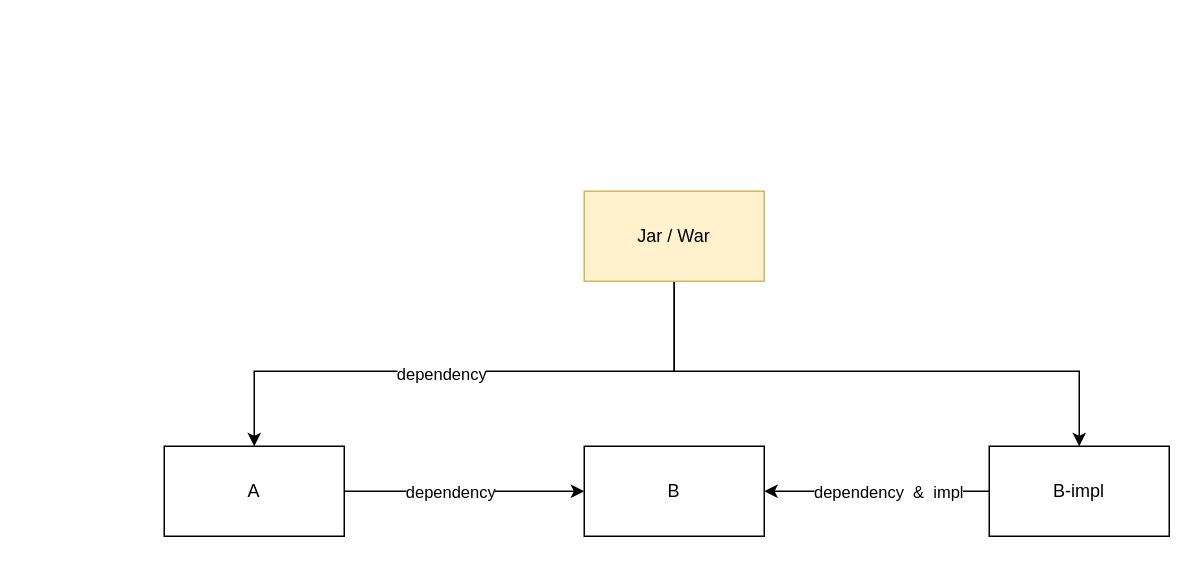
Above: maven工程屏蔽实现的方案.drawio in catface996/images (draw.io), before the change. Source tidied: cells renumbered, new cells numbered last; positions are measured from the earlier drawing's top-left corner, leaving out a move shared by most shapes. Both pictures are drawn from the tidied source at 150%, with x=0, y=0 at pixel (164, 190).
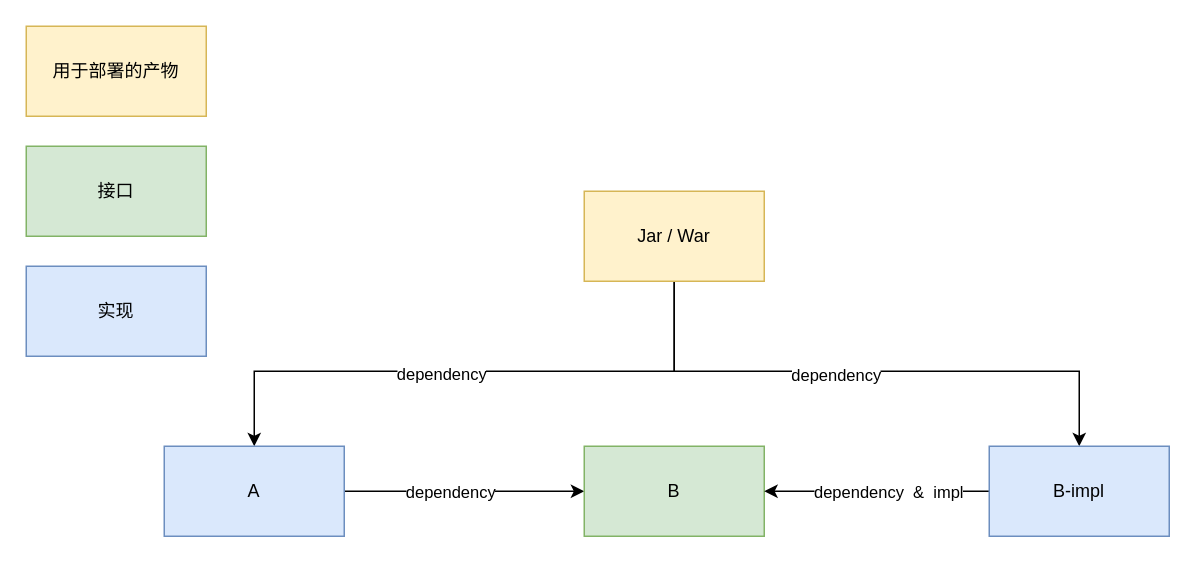
The same page after the edit.

Commit message (it also covers changes not shown here):
更新maven工程屏蔽实现的方案.drawio

Unchanged cells that the change refers to:
```xml
<mxCell id="4" style="edgeStyle=orthogonalEdgeStyle;rounded=0;jettySize=auto;html=1;entryX=0.5;entryY=0;entryDx=0;entryDy=0;" parent="1" edge="1" source="5" target="12">
  <mxGeometry relative="1" as="geometry">
    <Array as="points">
      <mxPoint x="340" y="120" />
      <mxPoint x="610" y="120" />
    </Array>
  </mxGeometry>
</mxCell>
```

Diff of the diagram source:
```diff
@@
+    <mxCell id="13" value="dependency" style="edgeLabel;html=1;align=center;verticalAlign=middle;" parent="4" vertex="1">
+      <mxGeometry x="-0.12" y="-2" relative="1" as="geometry" />
+    </mxCell>
@@
-    <mxCell id="8" value="A" style="rounded=0;whiteSpace=wrap;html=1;" parent="1" vertex="1">
+    <mxCell id="8" value="A" style="rounded=0;whiteSpace=wrap;html=1;fillColor=#dae8fc;strokeColor=#6c8ebf;" parent="1" vertex="1">
       <mxGeometry y="170" width="120" height="60" as="geometry" />
     </mxCell>
-    <mxCell id="9" value="B" style="rounded=0;whiteSpace=wrap;html=1;" parent="1" vertex="1">
+    <mxCell id="9" value="B" style="rounded=0;whiteSpace=wrap;html=1;fillColor=#d5e8d4;strokeColor=#82b366;" parent="1" vertex="1">
       <mxGeometry x="280" y="170" width="120" height="60" as="geometry" />
     </mxCell>
@@
-    <mxCell id="12" value="B-impl" style="rounded=0;whiteSpace=wrap;html=1;" parent="1" vertex="1">
+    <mxCell id="12" value="B-impl" style="rounded=0;whiteSpace=wrap;html=1;fillColor=#dae8fc;strokeColor=#6c8ebf;" parent="1" vertex="1">
       <mxGeometry x="550" y="170" width="120" height="60" as="geometry" />
     </mxCell>
+    <mxCell id="14" value="用于部署的产物" style="rounded=0;whiteSpace=wrap;html=1;fillColor=#fff2cc;strokeColor=#d6b656;" parent="1" vertex="1">
+      <mxGeometry x="-92" y="-110" width="120" height="60" as="geometry" />
+    </mxCell>
+    <mxCell id="15" value="接口" style="rounded=0;whiteSpace=wrap;html=1;fillColor=#d5e8d4;strokeColor=#82b366;" parent="1" vertex="1">
+      <mxGeometry x="-92" y="-30" width="120" height="60" as="geometry" />
+    </mxCell>
+    <mxCell id="16" value="实现" style="rounded=0;whiteSpace=wrap;html=1;fillColor=#dae8fc;strokeColor=#6c8ebf;" parent="1" vertex="1">
+      <mxGeometry x="-92" y="50" width="120" height="60" as="geometry" />
+    </mxCell>
```
